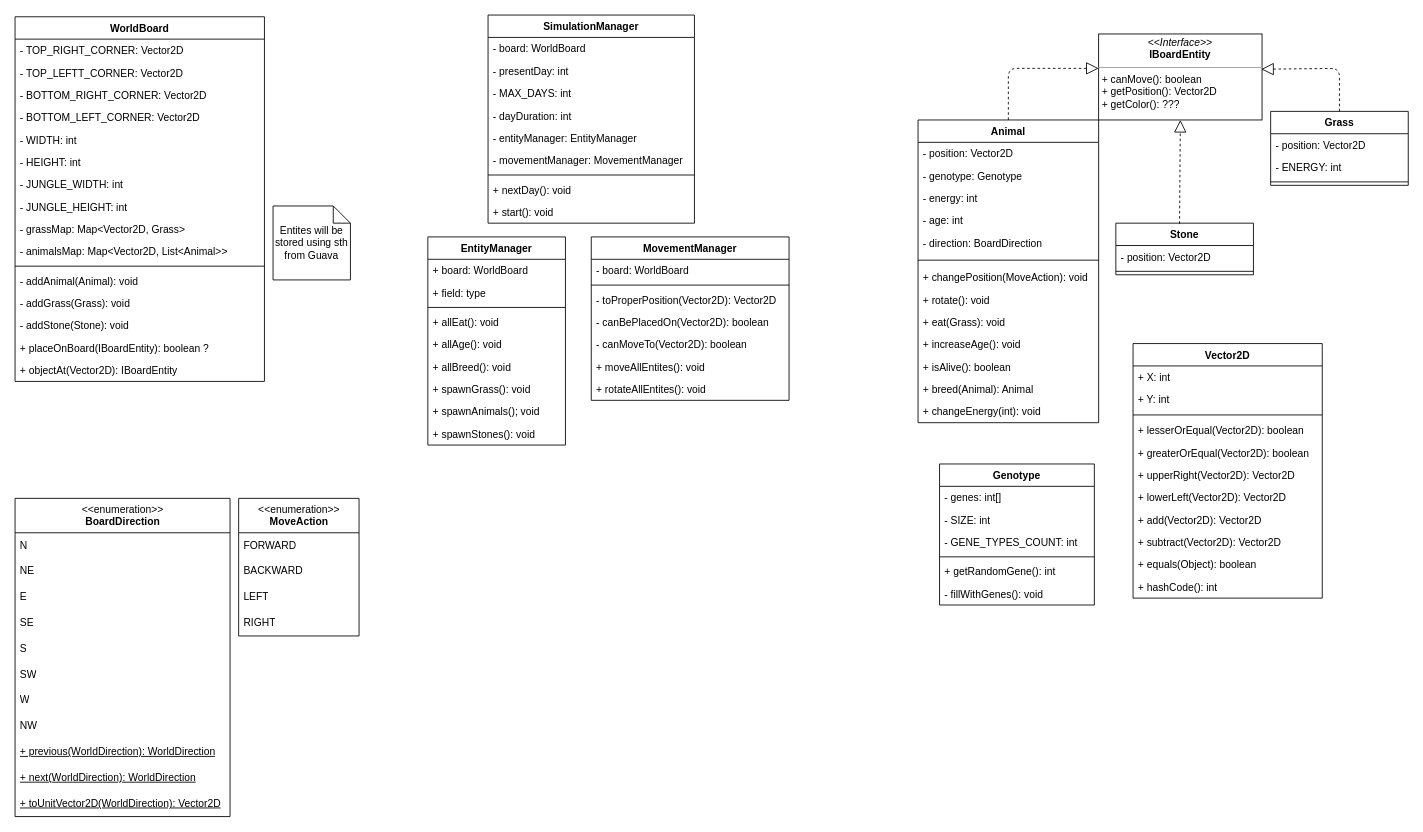
This is Evolutionary Generator Remastered - class scheme.drawio from jakubsolecki/Evolutionary-Generator-Remastered, a draw.io file, before an edit. Source tidied: cells renumbered, new cells numbered last; positions are measured from the earlier drawing's top-left corner, leaving out a move shared by most shapes. Both pictures are drawn from the tidied source at 86%, with x=0, y=0 at pixel (15, 15).
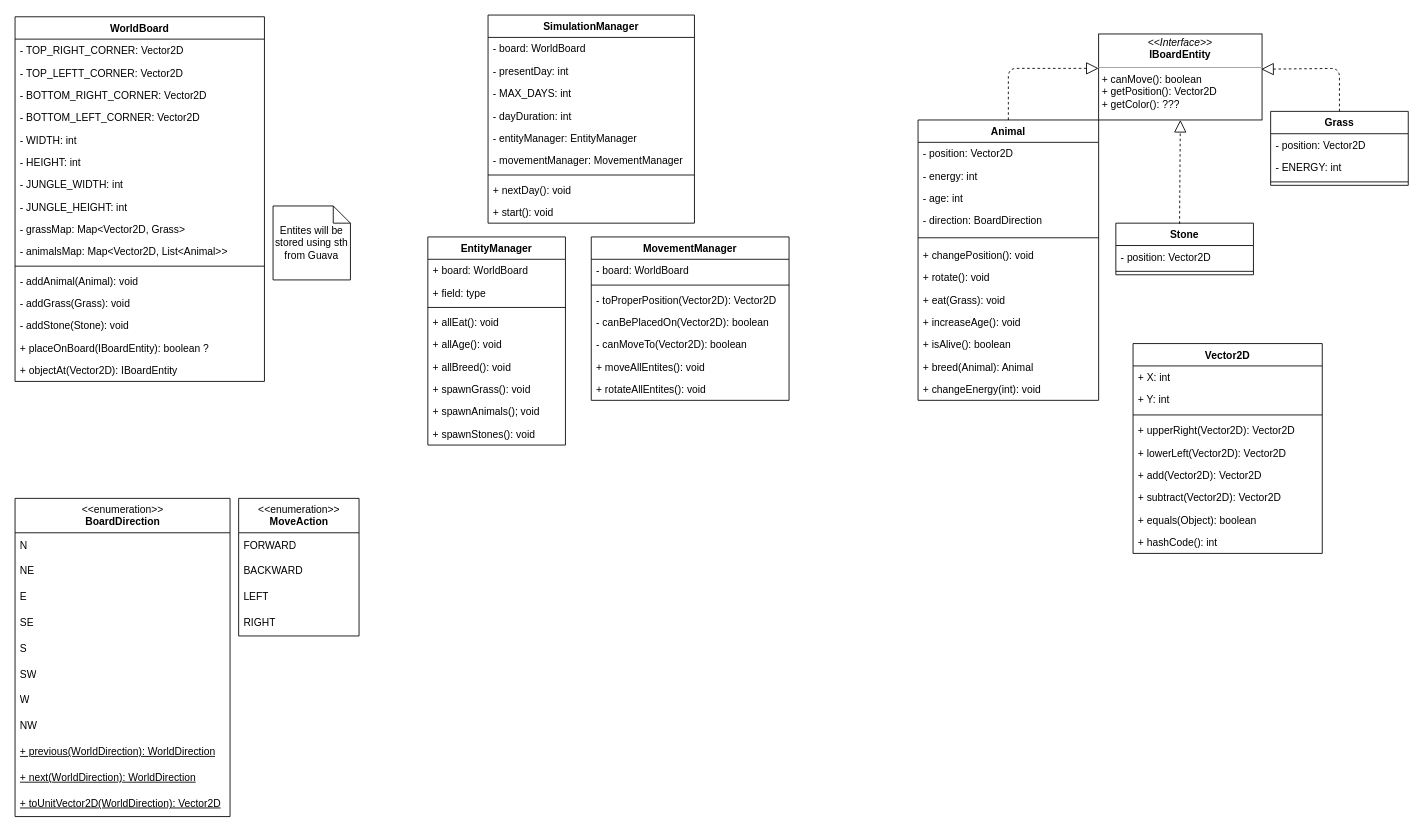
The same page after the edit.

Commit message (it also covers changes not shown here):
model WIP; Genotype removed

What changed in the source:
```diff
@@
     <mxCell id="2" value="Animal" style="swimlane;fontStyle=1;align=center;verticalAlign=top;horizontal=1;startSize=26;" parent="1" vertex="1">
-      <mxGeometry x="1050" y="122" width="210" height="352" as="geometry" />
+      <mxGeometry x="1050" y="122" width="210" height="326" as="geometry" />
     </mxCell>
@@
-    <mxCell id="4" value="- genotype: Genotype" style="text;strokeColor=none;fillColor=none;align=left;verticalAlign=top;spacingLeft=4;spacingRight=4;overflow=hidden;" parent="2" vertex="1">
-      <mxGeometry y="52" width="210" height="26" as="geometry" />
-    </mxCell>
     <mxCell id="5" value="- energy: int" style="text;strokeColor=none;fillColor=none;align=left;verticalAlign=top;spacingLeft=4;spacingRight=4;overflow=hidden;" parent="2" vertex="1">
-      <mxGeometry y="78" width="210" height="26" as="geometry" />
+      <mxGeometry y="52" width="210" height="26" as="geometry" />
     </mxCell>
     <mxCell id="6" value="- age: int" style="text;strokeColor=none;fillColor=none;align=left;verticalAlign=top;spacingLeft=4;spacingRight=4;overflow=hidden;" parent="2" vertex="1">
-      <mxGeometry y="104" width="210" height="26" as="geometry" />
+      <mxGeometry y="78" width="210" height="26" as="geometry" />
     </mxCell>
     <mxCell id="7" value="- direction: BoardDirection&#10;" style="text;strokeColor=none;fillColor=none;align=left;verticalAlign=top;spacingLeft=4;spacingRight=4;overflow=hidden;" parent="2" vertex="1">
-      <mxGeometry y="130" width="210" height="26" as="geometry" />
+      <mxGeometry y="104" width="210" height="26" as="geometry" />
     </mxCell>
     <mxCell id="8" style="line;strokeWidth=1;fillColor=none;align=left;verticalAlign=middle;spacingTop=-1;spacingLeft=3;spacingRight=3;labelPosition=right;" parent="2" vertex="1">
-      <mxGeometry y="156" width="210" height="14" as="geometry" />
+      <mxGeometry y="130" width="210" height="14" as="geometry" />
     </mxCell>
-    <mxCell id="9" value="+ changePosition(MoveAction): void" style="text;strokeColor=none;fillColor=none;align=left;verticalAlign=top;spacingLeft=4;spacingRight=4;overflow=hidden;" parent="2" vertex="1">
-      <mxGeometry y="170" width="210" height="26" as="geometry" />
+    <mxCell id="9" value="+ changePosition(): void" style="text;strokeColor=none;fillColor=none;align=left;verticalAlign=top;spacingLeft=4;spacingRight=4;overflow=hidden;" parent="2" vertex="1">
+      <mxGeometry y="144" width="210" height="26" as="geometry" />
     </mxCell>
     <mxCell id="10" value="+ rotate(): void" style="text;strokeColor=none;fillColor=none;align=left;verticalAlign=top;spacingLeft=4;spacingRight=4;overflow=hidden;" parent="2" vertex="1">
-      <mxGeometry y="196" width="210" height="26" as="geometry" />
+      <mxGeometry y="170" width="210" height="26" as="geometry" />
     </mxCell>
     <mxCell id="11" value="+ eat(Grass): void" style="text;strokeColor=none;fillColor=none;align=left;verticalAlign=top;spacingLeft=4;spacingRight=4;overflow=hidden;" parent="2" vertex="1">
-      <mxGeometry y="222" width="210" height="26" as="geometry" />
+      <mxGeometry y="196" width="210" height="26" as="geometry" />
     </mxCell>
     <mxCell id="12" value="+ increaseAge(): void" style="text;strokeColor=none;fillColor=none;align=left;verticalAlign=top;spacingLeft=4;spacingRight=4;overflow=hidden;" parent="2" vertex="1">
-      <mxGeometry y="248" width="210" height="26" as="geometry" />
+      <mxGeometry y="222" width="210" height="26" as="geometry" />
     </mxCell>
     <mxCell id="13" value="+ isAlive(): boolean" style="text;strokeColor=none;fillColor=none;align=left;verticalAlign=top;spacingLeft=4;spacingRight=4;overflow=hidden;" parent="2" vertex="1">
-      <mxGeometry y="274" width="210" height="26" as="geometry" />
+      <mxGeometry y="248" width="210" height="26" as="geometry" />
     </mxCell>
     <mxCell id="14" value="+ breed(Animal): Animal" style="text;strokeColor=none;fillColor=none;align=left;verticalAlign=top;spacingLeft=4;spacingRight=4;overflow=hidden;" parent="2" vertex="1">
-      <mxGeometry y="300" width="210" height="26" as="geometry" />
+      <mxGeometry y="274" width="210" height="26" as="geometry" />
     </mxCell>
     <mxCell id="15" value="+ changeEnergy(int): void" style="text;strokeColor=none;fillColor=none;align=left;verticalAlign=top;spacingLeft=4;spacingRight=4;overflow=hidden;" parent="2" vertex="1">
-      <mxGeometry y="326" width="210" height="26" as="geometry" />
+      <mxGeometry y="300" width="210" height="26" as="geometry" />
     </mxCell>
     <mxCell id="16" value="Vector2D" style="swimlane;fontStyle=1;align=center;verticalAlign=top;horizontal=1;startSize=26;" parent="1" vertex="1">
-      <mxGeometry x="1300" y="382" width="220" height="296" as="geometry" />
+      <mxGeometry x="1300" y="382" width="220" height="244" as="geometry" />
     </mxCell>
@@
-    <mxCell id="20" value="+ lesserOrEqual(Vector2D): boolean" style="text;strokeColor=none;fillColor=none;align=left;verticalAlign=top;spacingLeft=4;spacingRight=4;overflow=hidden;" parent="16" vertex="1">
-      <mxGeometry y="88" width="220" height="26" as="geometry" />
-    </mxCell>
-    <mxCell id="21" value="+ greaterOrEqual(Vector2D): boolean" style="text;strokeColor=none;fillColor=none;align=left;verticalAlign=top;spacingLeft=4;spacingRight=4;overflow=hidden;" parent="16" vertex="1">
-      <mxGeometry y="114" width="220" height="26" as="geometry" />
-    </mxCell>
     <mxCell id="22" value="+ upperRight(Vector2D): Vector2D" style="text;strokeColor=none;fillColor=none;align=left;verticalAlign=top;spacingLeft=4;spacingRight=4;overflow=hidden;" parent="16" vertex="1">
-      <mxGeometry y="140" width="220" height="26" as="geometry" />
+      <mxGeometry y="88" width="220" height="26" as="geometry" />
     </mxCell>
     <mxCell id="23" value="+ lowerLeft(Vector2D): Vector2D" style="text;strokeColor=none;fillColor=none;align=left;verticalAlign=top;spacingLeft=4;spacingRight=4;overflow=hidden;" parent="16" vertex="1">
-      <mxGeometry y="166" width="220" height="26" as="geometry" />
+      <mxGeometry y="114" width="220" height="26" as="geometry" />
     </mxCell>
     <mxCell id="24" value="+ add(Vector2D): Vector2D" style="text;strokeColor=none;fillColor=none;align=left;verticalAlign=top;spacingLeft=4;spacingRight=4;overflow=hidden;" parent="16" vertex="1">
-      <mxGeometry y="192" width="220" height="26" as="geometry" />
+      <mxGeometry y="140" width="220" height="26" as="geometry" />
     </mxCell>
     <mxCell id="25" value="+ subtract(Vector2D): Vector2D" style="text;strokeColor=none;fillColor=none;align=left;verticalAlign=top;spacingLeft=4;spacingRight=4;overflow=hidden;" parent="16" vertex="1">
-      <mxGeometry y="218" width="220" height="26" as="geometry" />
+      <mxGeometry y="166" width="220" height="26" as="geometry" />
     </mxCell>
     <mxCell id="26" value="+ equals(Object): boolean" style="text;strokeColor=none;fillColor=none;align=left;verticalAlign=top;spacingLeft=4;spacingRight=4;overflow=hidden;" parent="16" vertex="1">
-      <mxGeometry y="244" width="220" height="26" as="geometry" />
+      <mxGeometry y="192" width="220" height="26" as="geometry" />
     </mxCell>
     <mxCell id="27" value="+ hashCode(): int" style="text;strokeColor=none;fillColor=none;align=left;verticalAlign=top;spacingLeft=4;spacingRight=4;overflow=hidden;" parent="16" vertex="1">
-      <mxGeometry y="270" width="220" height="26" as="geometry" />
+      <mxGeometry y="218" width="220" height="26" as="geometry" />
     </mxCell>
@@
-    <mxCell id="38" value="Genotype" style="swimlane;fontStyle=1;align=center;verticalAlign=top;horizontal=1;startSize=26;" parent="1" vertex="1">
-      <mxGeometry x="1075" y="522" width="180" height="164" as="geometry" />
-    </mxCell>
-    <mxCell id="39" value="- genes: int[]" style="text;strokeColor=none;fillColor=none;align=left;verticalAlign=top;spacingLeft=4;spacingRight=4;overflow=hidden;" parent="38" vertex="1">
-      <mxGeometry y="26" width="180" height="26" as="geometry" />
-    </mxCell>
-    <mxCell id="40" value="- SIZE: int" style="text;strokeColor=none;fillColor=none;align=left;verticalAlign=top;spacingLeft=4;spacingRight=4;overflow=hidden;" parent="38" vertex="1">
-      <mxGeometry y="52" width="180" height="26" as="geometry" />
-    </mxCell>
-    <mxCell id="41" value="- GENE_TYPES_COUNT: int" style="text;strokeColor=none;fillColor=none;align=left;verticalAlign=top;spacingLeft=4;spacingRight=4;overflow=hidden;" parent="38" vertex="1">
-      <mxGeometry y="78" width="180" height="26" as="geometry" />
-    </mxCell>
-    <mxCell id="42" style="line;strokeWidth=1;fillColor=none;align=left;verticalAlign=middle;spacingTop=-1;spacingLeft=3;spacingRight=3;labelPosition=right;" parent="38" vertex="1">
-      <mxGeometry y="104" width="180" height="8" as="geometry" />
-    </mxCell>
-    <mxCell id="43" value="+ getRandomGene(): int" style="text;strokeColor=none;fillColor=none;align=left;verticalAlign=top;spacingLeft=4;spacingRight=4;overflow=hidden;" parent="38" vertex="1">
-      <mxGeometry y="112" width="180" height="26" as="geometry" />
-    </mxCell>
-    <mxCell id="44" value="- fillWithGenes(): void" style="text;strokeColor=none;fillColor=none;align=left;verticalAlign=top;spacingLeft=4;spacingRight=4;overflow=hidden;" parent="38" vertex="1">
-      <mxGeometry y="138" width="180" height="26" as="geometry" />
-    </mxCell>
```
